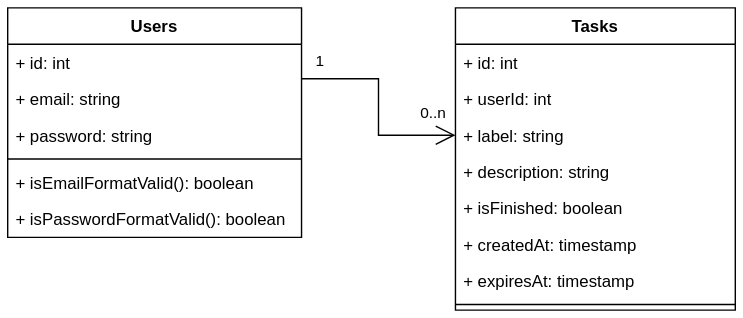
This is docs/class/tasks.drawio.svg from AnthonyViniciusMuller/open-tasks, a draw.io export, as it was before one commit. Source tidied: cells renumbered, new cells last; positions are measured from the earlier drawing's top-left corner, leaving out a move shared by most shapes. Its diagram source:
```xml
<mxGraphModel>
  <root>
    <mxCell id="0" />
    <mxCell id="1" parent="0" />
    <mxCell id="2" value="Users" style="swimlane;fontStyle=1;align=center;verticalAlign=top;horizontal=1;startSize=26;whiteSpace=wrap;html=1;" parent="1" vertex="1">
      <mxGeometry width="210" height="164" as="geometry" />
    </mxCell>
    <mxCell id="3" value="+ id: int" style="text;strokeColor=none;fillColor=none;align=left;verticalAlign=top;spacingLeft=4;spacingRight=4;overflow=hidden;points=[[0,0.5],[1,0.5]];portConstraint=eastwest;whiteSpace=wrap;html=1;" parent="2" vertex="1">
      <mxGeometry y="26" width="210" height="26" as="geometry" />
    </mxCell>
    <mxCell id="4" value="+ email: string" style="text;strokeColor=none;fillColor=none;align=left;verticalAlign=top;spacingLeft=4;spacingRight=4;overflow=hidden;whiteSpace=wrap;html=1;" parent="2" vertex="1">
      <mxGeometry y="52" width="210" height="26" as="geometry" />
    </mxCell>
    <mxCell id="5" value="+ password: string" style="text;strokeColor=none;fillColor=none;align=left;verticalAlign=top;spacingLeft=4;spacingRight=4;overflow=hidden;whiteSpace=wrap;html=1;" parent="2" vertex="1">
      <mxGeometry y="78" width="210" height="26" as="geometry" />
    </mxCell>
    <mxCell id="6" style="line;strokeWidth=1;fillColor=none;align=left;verticalAlign=middle;spacingTop=-1;spacingLeft=3;spacingRight=3;labelPosition=right;strokeColor=inherit;" parent="2" vertex="1">
      <mxGeometry y="104" width="210" height="8" as="geometry" />
    </mxCell>
    <mxCell id="7" value="+ isEmailFormatValid(): boolean" style="text;strokeColor=none;fillColor=none;align=left;verticalAlign=top;spacingLeft=4;spacingRight=4;overflow=hidden;whiteSpace=wrap;html=1;" parent="2" vertex="1">
      <mxGeometry y="112" width="210" height="26" as="geometry" />
    </mxCell>
    <mxCell id="8" value="+ isPasswordFormatValid(): boolean" style="text;strokeColor=none;fillColor=none;align=left;verticalAlign=top;spacingLeft=4;spacingRight=4;overflow=hidden;whiteSpace=wrap;html=1;" parent="2" vertex="1">
      <mxGeometry y="138" width="210" height="26" as="geometry" />
    </mxCell>
    <mxCell id="9" value="Tasks" style="swimlane;fontStyle=1;align=center;verticalAlign=top;horizontal=1;startSize=26;whiteSpace=wrap;html=1;" parent="1" vertex="1">
      <mxGeometry x="320" width="200" height="216" as="geometry" />
    </mxCell>
    <mxCell id="10" value="+ id: int" style="text;strokeColor=none;fillColor=none;align=left;verticalAlign=top;spacingLeft=4;spacingRight=4;overflow=hidden;whiteSpace=wrap;html=1;" parent="9" vertex="1">
      <mxGeometry y="26" width="200" height="26" as="geometry" />
    </mxCell>
    <mxCell id="11" value="+ userId: int" style="text;strokeColor=none;fillColor=none;align=left;verticalAlign=top;spacingLeft=4;spacingRight=4;overflow=hidden;whiteSpace=wrap;html=1;" parent="9" vertex="1">
      <mxGeometry y="52" width="200" height="26" as="geometry" />
    </mxCell>
    <mxCell id="12" value="+ label: string" style="text;strokeColor=none;fillColor=none;align=left;verticalAlign=top;spacingLeft=4;spacingRight=4;overflow=hidden;points=[[0,0.5],[1,0.5]];portConstraint=eastwest;whiteSpace=wrap;html=1;" parent="9" vertex="1">
      <mxGeometry y="78" width="200" height="26" as="geometry" />
    </mxCell>
    <mxCell id="13" value="+ description: string" style="text;strokeColor=none;fillColor=none;align=left;verticalAlign=top;spacingLeft=4;spacingRight=4;overflow=hidden;whiteSpace=wrap;html=1;" parent="9" vertex="1">
      <mxGeometry y="104" width="200" height="26" as="geometry" />
    </mxCell>
    <mxCell id="14" value="+ isFinished: boolean" style="text;strokeColor=none;fillColor=none;align=left;verticalAlign=top;spacingLeft=4;spacingRight=4;overflow=hidden;whiteSpace=wrap;html=1;" parent="9" vertex="1">
      <mxGeometry y="130" width="200" height="26" as="geometry" />
    </mxCell>
    <mxCell id="15" value="+ createdAt: timestamp" style="text;strokeColor=none;fillColor=none;align=left;verticalAlign=top;spacingLeft=4;spacingRight=4;overflow=hidden;whiteSpace=wrap;html=1;" parent="9" vertex="1">
      <mxGeometry y="156" width="200" height="26" as="geometry" />
    </mxCell>
    <mxCell id="16" value="+ expiresAt: timestamp" style="text;strokeColor=none;fillColor=none;align=left;verticalAlign=top;spacingLeft=4;spacingRight=4;overflow=hidden;whiteSpace=wrap;html=1;" parent="9" vertex="1">
      <mxGeometry y="182" width="200" height="26" as="geometry" />
    </mxCell>
    <mxCell id="17" style="line;strokeWidth=1;fillColor=none;align=left;verticalAlign=middle;spacingTop=-1;spacingLeft=3;spacingRight=3;labelPosition=right;strokeColor=inherit;" parent="9" vertex="1">
      <mxGeometry y="208" width="200" height="8" as="geometry" />
    </mxCell>
    <mxCell id="18" style="endArrow=open;endFill=1;endSize=12;html=1;rounded=0;exitX=1;exitY=0.946;exitDx=0;exitDy=0;edgeStyle=orthogonalEdgeStyle;entryX=0;entryY=0.5;entryDx=0;entryDy=0;exitPerimeter=0;" parent="1" edge="1" source="3" target="12">
      <mxGeometry relative="1" as="geometry" />
    </mxCell>
    <mxCell id="19" value="1" style="edgeLabel;html=1;align=center;verticalAlign=middle;" parent="18" vertex="1">
      <mxGeometry x="-0.79" y="1" relative="1" as="geometry">
        <mxPoint x="-4" y="-12" as="offset" />
      </mxGeometry>
    </mxCell>
    <mxCell id="20" value="0..n" style="edgeLabel;html=1;align=center;verticalAlign=middle;" parent="18" vertex="1">
      <mxGeometry x="0.78" relative="1" as="geometry">
        <mxPoint y="-17" as="offset" />
      </mxGeometry>
    </mxCell>
  </root>
</mxGraphModel>
```
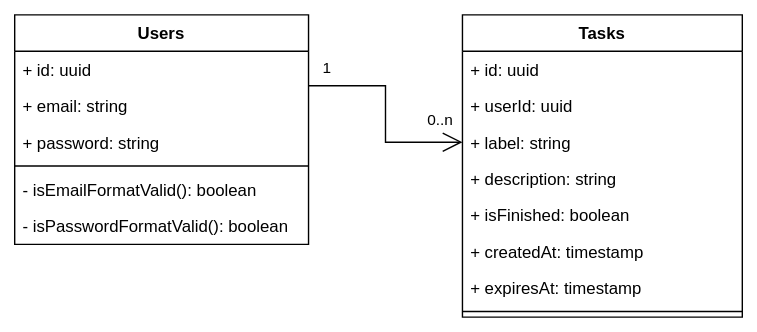
After the change.

Commit message:
docs: change id from numerical to UUIDs

What changed in the source:
```diff
@@ -5,7 +5,7 @@
     <mxCell id="2" value="Users" style="swimlane;fontStyle=1;align=center;verticalAlign=top;horizontal=1;startSize=26;whiteSpace=wrap;html=1;" parent="1" vertex="1">
       <mxGeometry width="210" height="164" as="geometry" />
     </mxCell>
-    <mxCell id="3" value="+ id: int" style="text;strokeColor=none;fillColor=none;align=left;verticalAlign=top;spacingLeft=4;spacingRight=4;overflow=hidden;points=[[0,0.5],[1,0.5]];portConstraint=eastwest;whiteSpace=wrap;html=1;" parent="2" vertex="1">
+    <mxCell id="3" value="+ id: uuid" style="text;strokeColor=none;fillColor=none;align=left;verticalAlign=top;spacingLeft=4;spacingRight=4;overflow=hidden;points=[[0,0.5],[1,0.5]];portConstraint=eastwest;whiteSpace=wrap;html=1;" parent="2" vertex="1">
       <mxGeometry y="26" width="210" height="26" as="geometry" />
     </mxCell>
     <mxCell id="4" value="+ email: string" style="text;strokeColor=none;fillColor=none;align=left;verticalAlign=top;spacingLeft=4;spacingRight=4;overflow=hidden;whiteSpace=wrap;html=1;" parent="2" vertex="1">
@@ -17,19 +17,19 @@
     <mxCell id="6" style="line;strokeWidth=1;fillColor=none;align=left;verticalAlign=middle;spacingTop=-1;spacingLeft=3;spacingRight=3;labelPosition=right;strokeColor=inherit;" parent="2" vertex="1">
       <mxGeometry y="104" width="210" height="8" as="geometry" />
     </mxCell>
-    <mxCell id="7" value="+ isEmailFormatValid(): boolean" style="text;strokeColor=none;fillColor=none;align=left;verticalAlign=top;spacingLeft=4;spacingRight=4;overflow=hidden;whiteSpace=wrap;html=1;" parent="2" vertex="1">
+    <mxCell id="7" value="- isEmailFormatValid(): boolean" style="text;strokeColor=none;fillColor=none;align=left;verticalAlign=top;spacingLeft=4;spacingRight=4;overflow=hidden;whiteSpace=wrap;html=1;" parent="2" vertex="1">
       <mxGeometry y="112" width="210" height="26" as="geometry" />
     </mxCell>
-    <mxCell id="8" value="+ isPasswordFormatValid(): boolean" style="text;strokeColor=none;fillColor=none;align=left;verticalAlign=top;spacingLeft=4;spacingRight=4;overflow=hidden;whiteSpace=wrap;html=1;" parent="2" vertex="1">
+    <mxCell id="8" value="- isPasswordFormatValid(): boolean" style="text;strokeColor=none;fillColor=none;align=left;verticalAlign=top;spacingLeft=4;spacingRight=4;overflow=hidden;whiteSpace=wrap;html=1;" parent="2" vertex="1">
       <mxGeometry y="138" width="210" height="26" as="geometry" />
     </mxCell>
     <mxCell id="9" value="Tasks" style="swimlane;fontStyle=1;align=center;verticalAlign=top;horizontal=1;startSize=26;whiteSpace=wrap;html=1;" parent="1" vertex="1">
       <mxGeometry x="320" width="200" height="216" as="geometry" />
     </mxCell>
-    <mxCell id="10" value="+ id: int" style="text;strokeColor=none;fillColor=none;align=left;verticalAlign=top;spacingLeft=4;spacingRight=4;overflow=hidden;whiteSpace=wrap;html=1;" parent="9" vertex="1">
+    <mxCell id="10" value="+ id: uuid" style="text;strokeColor=none;fillColor=none;align=left;verticalAlign=top;spacingLeft=4;spacingRight=4;overflow=hidden;whiteSpace=wrap;html=1;" parent="9" vertex="1">
       <mxGeometry y="26" width="200" height="26" as="geometry" />
     </mxCell>
-    <mxCell id="11" value="+ userId: int" style="text;strokeColor=none;fillColor=none;align=left;verticalAlign=top;spacingLeft=4;spacingRight=4;overflow=hidden;whiteSpace=wrap;html=1;" parent="9" vertex="1">
+    <mxCell id="11" value="+ userId: uuid" style="text;strokeColor=none;fillColor=none;align=left;verticalAlign=top;spacingLeft=4;spacingRight=4;overflow=hidden;whiteSpace=wrap;html=1;" parent="9" vertex="1">
       <mxGeometry y="52" width="200" height="26" as="geometry" />
     </mxCell>
     <mxCell id="12" value="+ label: string" style="text;strokeColor=none;fillColor=none;align=left;verticalAlign=top;spacingLeft=4;spacingRight=4;overflow=hidden;points=[[0,0.5],[1,0.5]];portConstraint=eastwest;whiteSpace=wrap;html=1;" parent="9" vertex="1">
```
